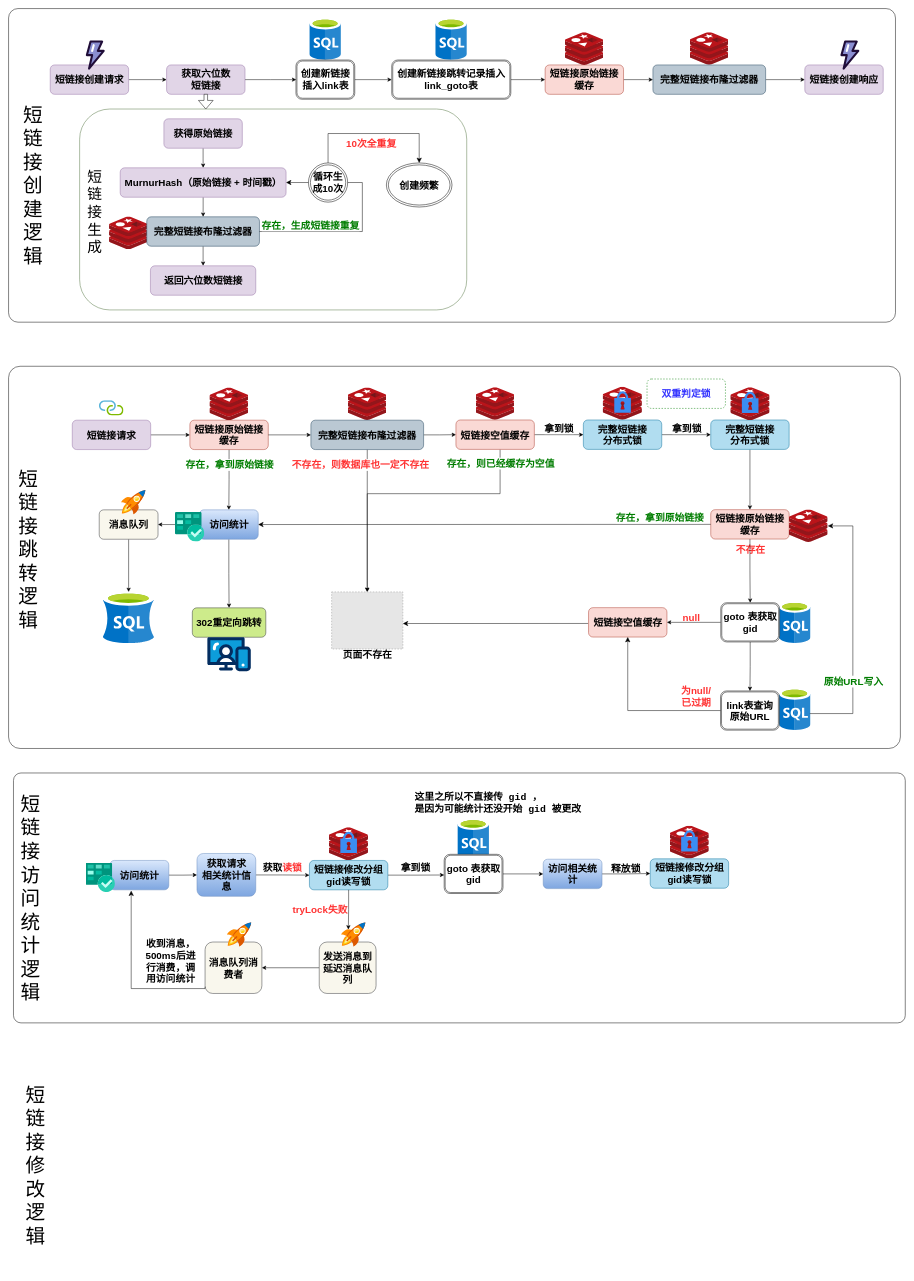
Earlier version of the draw.io diagram 短链接跳转逻辑.drawio (ZZH86/Java_learn). Source tidied: cells renumbered, new cells numbered last; positions are measured from the earlier drawing's top-left corner, leaving out a move shared by most shapes. Both pictures are drawn from the tidied source at 49%, with x=0, y=0 at pixel (8, 8). Pictures stored in the file or linked from it are replaced by grey dashed boxes.
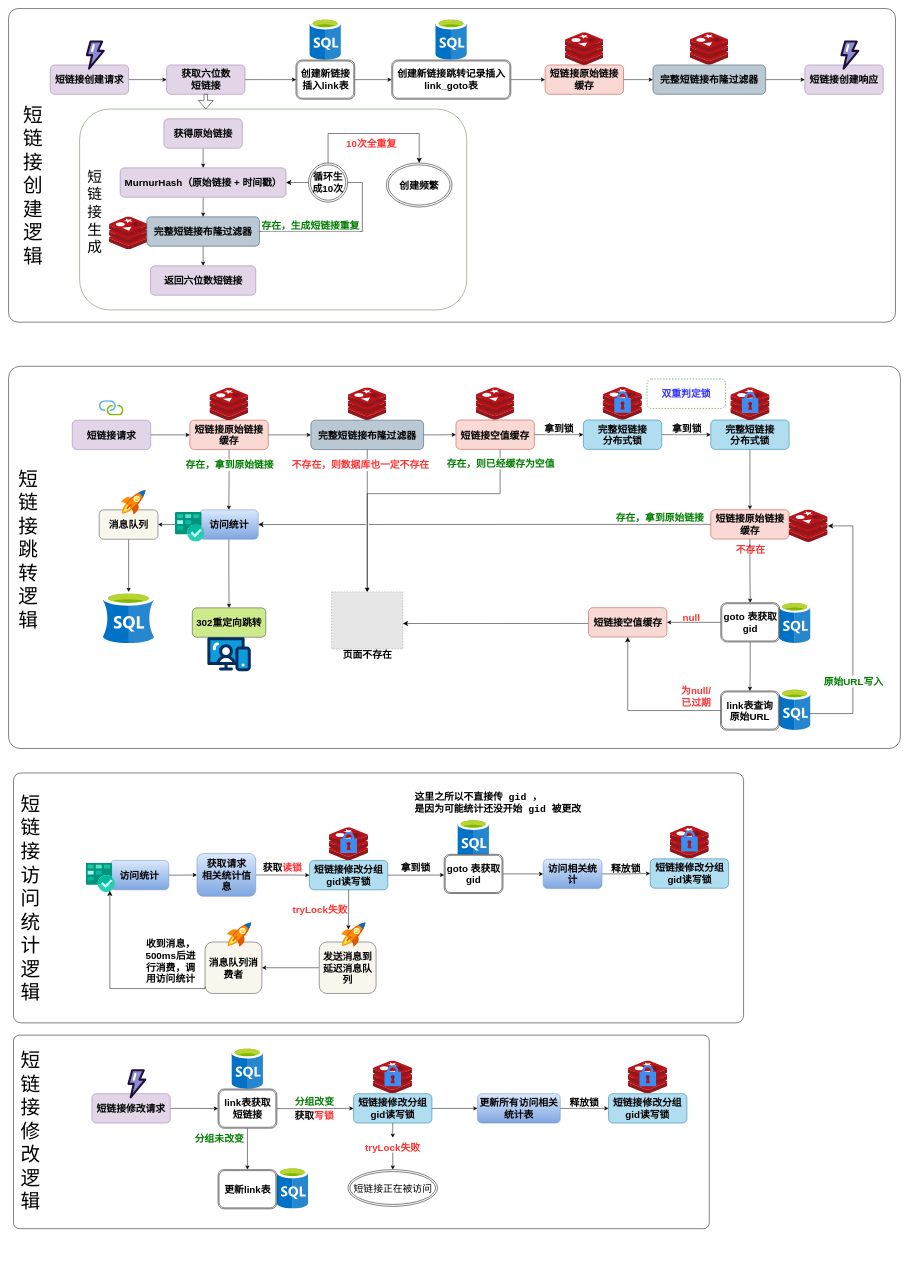
The same diagram, later.

Commit message (it also covers changes not shown here):
更新短链接跳转逻辑.drawio

Unchanged cells that the change refers to:
```xml
<mxCell id="16" value="&lt;font style=&quot;font-size: 20px;&quot;&gt;&lt;b&gt;访问统计&lt;/b&gt;&lt;/font&gt;" style="rounded=1;whiteSpace=wrap;html=1;fillColor=#dae8fc;gradientColor=#7ea6e0;strokeColor=#6c8ebf;" parent="1" vertex="1">
  <mxGeometry x="389.5" y="1023" width="120" height="60" as="geometry" />
</mxCell>
<mxCell id="37" value="&lt;span style=&quot;font-size: 20px;&quot;&gt;&lt;b&gt;短链接原始链接缓存&lt;/b&gt;&lt;/span&gt;" style="rounded=1;whiteSpace=wrap;html=1;fillColor=#fad9d5;strokeColor=#ae4132;" parent="1" vertex="1">
  <mxGeometry x="1433" y="1022.6" width="160" height="60" as="geometry" />
</mxCell>
```

The edit, as a diff of the source:
```diff
@@
+    <mxCell id="135" style="rounded=1;whiteSpace=wrap;html=1;arcSize=3;" parent="1" vertex="1">
+      <mxGeometry x="10" y="2095" width="1420" height="395" as="geometry" />
+    </mxCell>
     <mxCell id="2" style="rounded=1;whiteSpace=wrap;html=1;arcSize=3;" parent="1" vertex="1">
-      <mxGeometry x="10" y="1560" width="1820" height="510" as="geometry" />
+      <mxGeometry x="10" y="1560" width="1490" height="510" as="geometry" />
     </mxCell>
@@
-    <mxCell id="47" style="edgeStyle=elbowEdgeStyle;elbow=vertical;endArrow=classic;html=1;curved=0;rounded=0;endSize=8;startSize=8;exitX=0;exitY=0.5;exitDx=0;exitDy=0;entryX=1;entryY=0.5;entryDx=0;entryDy=0;" parent="1" edge="1" source="37" target="16">
+    <mxCell id="47" style="edgeStyle=elbowEdgeStyle;elbow=vertical;endArrow=classic;html=1;curved=0;rounded=0;endSize=8;startSize=8;exitX=0;exitY=0.5;exitDx=0;exitDy=0;entryX=1;entryY=0.5;entryDx=0;entryDy=0;jumpStyle=gap;" parent="1" edge="1" source="37" target="16">
       <mxGeometry relative="1" as="geometry">
         <Array as="points">
           <mxPoint x="1050" y="1053" />
         </Array>
       </mxGeometry>
     </mxCell>
@@
     <mxCell id="134" value="&lt;font style=&quot;font-size: 40px;&quot;&gt;短链接修改逻辑&lt;/font&gt;" style="text;html=1;strokeColor=none;fillColor=none;align=center;verticalAlign=middle;whiteSpace=wrap;rounded=0;" parent="1" vertex="1">
-      <mxGeometry x="20" y="2140" width="70" height="440" as="geometry" />
+      <mxGeometry x="10" y="2070" width="70" height="440" as="geometry" />
     </mxCell>
+    <mxCell id="136" style="edgeStyle=orthogonalEdgeStyle;rounded=0;jettySize=auto;html=1;" parent="1" edge="1" source="137" target="142">
+      <mxGeometry relative="1" as="geometry" />
+    </mxCell>
+    <mxCell id="137" value="&lt;font style=&quot;font-size: 20px;&quot;&gt;&lt;b&gt;短链接修改请求&lt;/b&gt;&lt;/font&gt;" style="rounded=1;whiteSpace=wrap;html=1;fillColor=#e1d5e7;strokeColor=#9673a6;" parent="1" vertex="1">
+      <mxGeometry x="170" y="2214.5" width="160" height="60" as="geometry" />
+    </mxCell>
+    <mxCell id="138" style="verticalLabelPosition=bottom;html=1;shape=mxgraph.salesforce.platform;" parent="1" vertex="1">
+      <mxGeometry x="242.5" y="2164.5" width="39" height="60" as="geometry" />
+    </mxCell>
+    <mxCell id="139" style="image;sketch=0;html=1;align=center;fontSize=12;image=img/lib/mscae/SQL_Database_generic.svg;" parent="1" vertex="1">
+      <mxGeometry x="455.2" y="2120" width="64.6" height="85" as="geometry" />
+    </mxCell>
+    <mxCell id="140" style="edgeStyle=orthogonalEdgeStyle;rounded=0;jettySize=auto;html=1;" parent="1" edge="1" source="142" target="144">
+      <mxGeometry relative="1" as="geometry" />
+    </mxCell>
+    <mxCell id="141" style="edgeStyle=orthogonalEdgeStyle;rounded=0;jettySize=auto;html=1;entryX=0;entryY=0.5;entryDx=0;entryDy=0;" parent="1" edge="1" source="142" target="151">
+      <mxGeometry relative="1" as="geometry" />
+    </mxCell>
+    <mxCell id="142" value="&lt;font style=&quot;font-size: 20px;&quot;&gt;&lt;b&gt;link表获取短链接&lt;/b&gt;&lt;/font&gt;" style="shape=ext;double=1;rounded=1;whiteSpace=wrap;html=1;" parent="1" vertex="1">
+      <mxGeometry x="427.5" y="2205" width="120" height="80" as="geometry" />
+    </mxCell>
+    <mxCell id="143" style="image;sketch=0;html=1;align=center;fontSize=12;image=img/lib/mscae/SQL_Database_generic.svg;" parent="1" vertex="1">
+      <mxGeometry x="547.5" y="2364.5" width="64.6" height="85" as="geometry" />
+    </mxCell>
+    <mxCell id="144" value="&lt;font style=&quot;font-size: 20px;&quot;&gt;&lt;b&gt;更新link表&lt;/b&gt;&lt;/font&gt;" style="shape=ext;double=1;rounded=1;whiteSpace=wrap;html=1;" parent="1" vertex="1">
+      <mxGeometry x="427.5" y="2369.5" width="120" height="80" as="geometry" />
+    </mxCell>
+    <mxCell id="145" value="&lt;font color=&quot;#007d00&quot; style=&quot;font-size: 20px;&quot;&gt;&lt;b&gt;分组未改变&lt;/b&gt;&lt;/font&gt;" style="edgeLabel;html=1;align=center;verticalAlign=middle;" parent="1" vertex="1">
+      <mxGeometry x="429" y="2304.5" as="geometry" />
+    </mxCell>
+    <mxCell id="146" value="&lt;font color=&quot;#007d00&quot; style=&quot;font-size: 20px;&quot;&gt;&lt;b&gt;分组改变&lt;/b&gt;&lt;/font&gt;" style="edgeLabel;html=1;align=center;verticalAlign=middle;" parent="1" vertex="1">
+      <mxGeometry x="623" y="2230.5" as="geometry" />
+    </mxCell>
+    <mxCell id="147" style="image;sketch=0;html=1;align=center;fontSize=12;image=img/lib/mscae/Cache_Redis_Product.svg;" parent="1" vertex="1">
+      <mxGeometry x="744" y="2147.3" width="80" height="67.2" as="geometry" />
+    </mxCell>
+    <mxCell id="148" style="sketch=0;html=1;strokeColor=none;shadow=0;fillColor=#3B8DF1;verticalAlign=top;labelPosition=center;verticalLabelPosition=bottom;shape=mxgraph.gcp2.lock;" parent="1" vertex="1">
+      <mxGeometry x="767.1" y="2156.1" width="33.9" height="43.4" as="geometry" />
+    </mxCell>
+    <mxCell id="149" style="edgeStyle=orthogonalEdgeStyle;rounded=0;jettySize=auto;html=1;" parent="1" edge="1" source="155" target="153">
+      <mxGeometry relative="1" as="geometry" />
+    </mxCell>
+    <mxCell id="150" style="edgeStyle=orthogonalEdgeStyle;rounded=0;jettySize=auto;html=1;" parent="1" edge="1" source="151" target="156">
+      <mxGeometry relative="1" as="geometry" />
+    </mxCell>
+    <mxCell id="151" value="&lt;span style=&quot;font-size: 20px;&quot;&gt;&lt;b&gt;短链接修改分组gid读写锁&lt;/b&gt;&lt;/span&gt;" style="rounded=1;whiteSpace=wrap;html=1;fillColor=#b1ddf0;strokeColor=#10739e;" parent="1" vertex="1">
+      <mxGeometry x="704" y="2214.5" width="160" height="60" as="geometry" />
+    </mxCell>
+    <mxCell id="152" value="&lt;b style=&quot;border-color: var(--border-color); color: rgb(0, 0, 0); font-family: Helvetica; font-size: 20px; font-style: normal; font-variant-ligatures: normal; font-variant-caps: normal; letter-spacing: normal; orphans: 2; text-align: center; text-indent: 0px; text-transform: none; widows: 2; word-spacing: 0px; -webkit-text-stroke-width: 0px; background-color: rgb(251, 251, 251); text-decoration-thickness: initial; text-decoration-style: initial; text-decoration-color: initial;&quot;&gt;获取&lt;/b&gt;&lt;b style=&quot;border-color: var(--border-color); font-family: Helvetica; font-size: 20px; font-style: normal; font-variant-ligatures: normal; font-variant-caps: normal; letter-spacing: normal; orphans: 2; text-align: center; text-indent: 0px; text-transform: none; widows: 2; word-spacing: 0px; -webkit-text-stroke-width: 0px; background-color: rgb(251, 251, 251); text-decoration-thickness: initial; text-decoration-style: initial; text-decoration-color: initial;&quot;&gt;&lt;font color=&quot;#ff3333&quot;&gt;写&lt;/font&gt;&lt;/b&gt;&lt;b style=&quot;border-color: var(--border-color); font-family: Helvetica; font-size: 20px; font-style: normal; font-variant-ligatures: normal; font-variant-caps: normal; letter-spacing: normal; orphans: 2; text-align: center; text-indent: 0px; text-transform: none; widows: 2; word-spacing: 0px; -webkit-text-stroke-width: 0px; background-color: rgb(251, 251, 251); text-decoration-thickness: initial; text-decoration-style: initial; text-decoration-color: initial;&quot;&gt;&lt;font color=&quot;#ff3333&quot;&gt;锁&lt;/font&gt;&lt;/b&gt;" style="text;whiteSpace=wrap;html=1;" parent="1" vertex="1">
+      <mxGeometry x="582" y="2239.5" width="90" height="30" as="geometry" />
+    </mxCell>
+    <mxCell id="153" value="&lt;font style=&quot;font-size: 20px;&quot;&gt;短链接正在被访问&lt;/font&gt;" style="ellipse;shape=doubleEllipse;whiteSpace=wrap;html=1;" parent="1" vertex="1">
+      <mxGeometry x="692.5" y="2369.5" width="183" height="75" as="geometry" />
+    </mxCell>
+    <mxCell id="154" style="edgeStyle=orthogonalEdgeStyle;rounded=0;jettySize=auto;html=1;" parent="1" edge="1" source="151" target="155">
+      <mxGeometry relative="1" as="geometry" />
+    </mxCell>
+    <mxCell id="155" value="&lt;div style=&quot;text-align: center;&quot;&gt;&lt;span style=&quot;background-color: initial; font-size: 20px;&quot;&gt;&lt;b&gt;&lt;font color=&quot;#ff3333&quot;&gt;tryLock失败&lt;/font&gt;&lt;/b&gt;&lt;/span&gt;&lt;/div&gt;" style="text;whiteSpace=wrap;html=1;" parent="1" vertex="1">
+      <mxGeometry x="725.8" y="2304.5" width="116.5" height="30" as="geometry" />
+    </mxCell>
+    <mxCell id="156" value="&lt;span style=&quot;font-size: 20px;&quot;&gt;&lt;b&gt;更新所有访问相关统计表&lt;/b&gt;&lt;/span&gt;" style="rounded=1;whiteSpace=wrap;html=1;fillColor=#dae8fc;gradientColor=#7ea6e0;strokeColor=#6c8ebf;" parent="1" vertex="1">
+      <mxGeometry x="957" y="2214.5" width="168.9" height="60" as="geometry" />
+    </mxCell>
+    <mxCell id="157" style="edgeStyle=orthogonalEdgeStyle;rounded=0;jettySize=auto;html=1;exitX=1;exitY=0.5;exitDx=0;exitDy=0;" parent="1" edge="1" source="156" target="160">
+      <mxGeometry relative="1" as="geometry" />
+    </mxCell>
+    <mxCell id="158" style="image;sketch=0;html=1;align=center;fontSize=12;image=img/lib/mscae/Cache_Redis_Product.svg;" parent="1" vertex="1">
+      <mxGeometry x="1264.4" y="2147.3" width="80" height="67.2" as="geometry" />
+    </mxCell>
+    <mxCell id="159" style="sketch=0;html=1;strokeColor=none;shadow=0;fillColor=#3B8DF1;verticalAlign=top;labelPosition=center;verticalLabelPosition=bottom;shape=mxgraph.gcp2.lock;" parent="1" vertex="1">
+      <mxGeometry x="1287.5" y="2156.1" width="33.9" height="43.4" as="geometry" />
+    </mxCell>
+    <mxCell id="160" value="&lt;span style=&quot;font-size: 20px;&quot;&gt;&lt;b&gt;短链接修改分组gid读写锁&lt;/b&gt;&lt;/span&gt;" style="rounded=1;whiteSpace=wrap;html=1;fillColor=#b1ddf0;strokeColor=#10739e;" parent="1" vertex="1">
+      <mxGeometry x="1224.4" y="2214.5" width="160" height="60" as="geometry" />
+    </mxCell>
+    <mxCell id="161" value="&lt;div style=&quot;text-align: center;&quot;&gt;&lt;span style=&quot;background-color: initial; font-size: 20px;&quot;&gt;&lt;b&gt;释放锁&lt;/b&gt;&lt;/span&gt;&lt;/div&gt;" style="text;whiteSpace=wrap;html=1;" parent="1" vertex="1">
+      <mxGeometry x="1143" y="2214.5" width="90" height="30" as="geometry" />
+    </mxCell>
```
